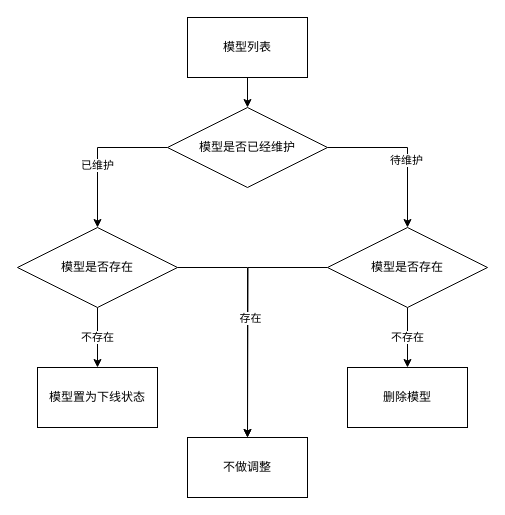
Above: page "清理模型" (10 of 10) of demo01/数据地图.drawio in huang-chh/draw (draw.io), before the change. Source tidied: cells renumbered, new cells numbered last; positions are measured from the earlier drawing's top-left corner, leaving out a move shared by most shapes. Both pictures are drawn from the tidied source at 100%, with x=0, y=0 at pixel (17, 17).
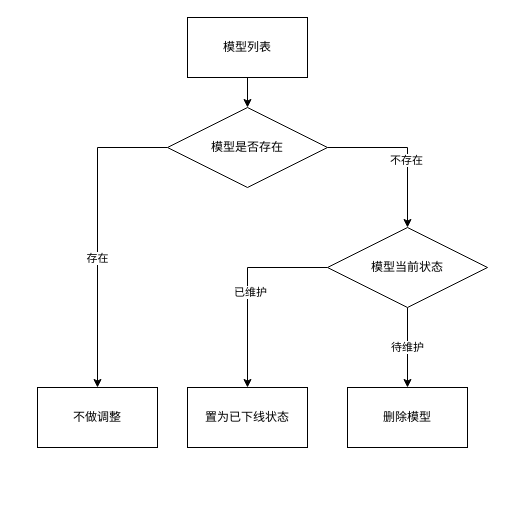
The same diagram, later.

Commit message:
更新数据地图.drawio

The edit, as a diff of the source:
```diff
@@
 <mxGraphModel>
   <root>
     <mxCell id="0" />
     <mxCell id="1" parent="0" />
     <mxCell id="2" style="edgeStyle=orthogonalEdgeStyle;rounded=0;jettySize=auto;html=1;exitX=0.5;exitY=1;exitDx=0;exitDy=0;entryX=0.5;entryY=0;entryDx=0;entryDy=0;" parent="1" edge="1" source="3" target="8">
       <mxGeometry relative="1" as="geometry" />
     </mxCell>
     <mxCell id="3" value="模型列表" style="rounded=0;whiteSpace=wrap;html=1;" parent="1" vertex="1">
       <mxGeometry x="170" width="120" height="60" as="geometry" />
     </mxCell>
-    <mxCell id="4" style="edgeStyle=orthogonalEdgeStyle;rounded=0;jettySize=auto;html=1;exitX=0;exitY=0.5;exitDx=0;exitDy=0;entryX=0.5;entryY=0;entryDx=0;entryDy=0;" parent="1" edge="1" source="8" target="11">
+    <mxCell id="4" style="edgeStyle=orthogonalEdgeStyle;rounded=0;jettySize=auto;html=1;exitX=0;exitY=0.5;exitDx=0;exitDy=0;entryX=0.5;entryY=0;entryDx=0;entryDy=0;" parent="1" edge="1" source="8" target="13">
       <mxGeometry relative="1" as="geometry" />
     </mxCell>
-    <mxCell id="5" value="已维护" style="edgeLabel;html=1;align=center;verticalAlign=middle;" parent="4" vertex="1">
+    <mxCell id="5" value="存在" style="edgeLabel;html=1;align=center;verticalAlign=middle;" parent="4" vertex="1">
       <mxGeometry x="0.16" y="-1" relative="1" as="geometry" />
     </mxCell>
     <mxCell id="6" style="edgeStyle=orthogonalEdgeStyle;rounded=0;jettySize=auto;html=1;exitX=1;exitY=0.5;exitDx=0;exitDy=0;entryX=0.5;entryY=0;entryDx=0;entryDy=0;" parent="1" edge="1" source="8" target="17">
       <mxGeometry relative="1" as="geometry" />
     </mxCell>
-    <mxCell id="7" value="待维护" style="edgeLabel;html=1;align=center;verticalAlign=middle;" parent="6" vertex="1">
+    <mxCell id="7" value="不存在" style="edgeLabel;html=1;align=center;verticalAlign=middle;" parent="6" vertex="1">
       <mxGeometry x="0.15" y="-2" relative="1" as="geometry" />
     </mxCell>
-    <mxCell id="8" value="模型是否已经维护" style="rhombus;whiteSpace=wrap;html=1;" parent="1" vertex="1">
+    <mxCell id="8" value="模型是否存在" style="rhombus;whiteSpace=wrap;html=1;" parent="1" vertex="1">
       <mxGeometry x="150" y="90" width="160" height="80" as="geometry" />
     </mxCell>
-    <mxCell id="9" value="不存在" style="edgeStyle=orthogonalEdgeStyle;rounded=0;jettySize=auto;html=1;" parent="1" edge="1" source="11" target="12">
-      <mxGeometry relative="1" as="geometry" />
-    </mxCell>
-    <mxCell id="10" style="edgeStyle=orthogonalEdgeStyle;rounded=0;jettySize=auto;html=1;exitX=1;exitY=0.5;exitDx=0;exitDy=0;" parent="1" edge="1" source="11" target="13">
-      <mxGeometry relative="1" as="geometry" />
-    </mxCell>
-    <mxCell id="11" value="模型是否存在" style="rhombus;whiteSpace=wrap;html=1;" parent="1" vertex="1">
-      <mxGeometry y="210" width="160" height="80" as="geometry" />
-    </mxCell>
-    <mxCell id="12" value="模型置为下线状态" style="whiteSpace=wrap;html=1;" parent="1" vertex="1">
-      <mxGeometry x="20" y="350" width="120" height="60" as="geometry" />
-    </mxCell>
     <mxCell id="13" value="不做调整" style="whiteSpace=wrap;html=1;" parent="1" vertex="1">
-      <mxGeometry x="170" y="420" width="120" height="60" as="geometry" />
+      <mxGeometry x="20" y="370" width="120" height="60" as="geometry" />
     </mxCell>
-    <mxCell id="14" style="edgeStyle=orthogonalEdgeStyle;rounded=0;jettySize=auto;html=1;exitX=0;exitY=0.5;exitDx=0;exitDy=0;" parent="1" edge="1" source="17">
+    <mxCell id="14" style="edgeStyle=orthogonalEdgeStyle;rounded=0;jettySize=auto;html=1;exitX=0;exitY=0.5;exitDx=0;exitDy=0;entryX=0.5;entryY=0;entryDx=0;entryDy=0;" parent="1" edge="1" source="17" target="19">
       <mxGeometry relative="1" as="geometry">
-        <mxPoint x="230" y="420" as="targetPoint" />
+        <Array as="points">
+          <mxPoint x="230" y="250" />
+          <mxPoint x="230" y="370" />
+        </Array>
       </mxGeometry>
     </mxCell>
-    <mxCell id="15" value="存在" style="edgeLabel;html=1;align=center;verticalAlign=middle;" parent="14" vertex="1">
+    <mxCell id="15" value="已维护" style="edgeLabel;html=1;align=center;verticalAlign=middle;" parent="14" vertex="1">
       <mxGeometry x="0.04" y="2" relative="1" as="geometry" />
     </mxCell>
-    <mxCell id="16" value="不存在" style="edgeStyle=orthogonalEdgeStyle;rounded=0;jettySize=auto;html=1;" parent="1" edge="1" source="17" target="18">
+    <mxCell id="16" value="待维护" style="edgeStyle=orthogonalEdgeStyle;rounded=0;jettySize=auto;html=1;" parent="1" edge="1" source="17" target="18">
       <mxGeometry relative="1" as="geometry" />
     </mxCell>
-    <mxCell id="17" value="模型是否存在" style="rhombus;whiteSpace=wrap;html=1;" parent="1" vertex="1">
+    <mxCell id="17" value="模型当前状态" style="rhombus;whiteSpace=wrap;html=1;" parent="1" vertex="1">
       <mxGeometry x="310" y="210" width="160" height="80" as="geometry" />
     </mxCell>
     <mxCell id="18" value="删除模型" style="whiteSpace=wrap;html=1;" parent="1" vertex="1">
-      <mxGeometry x="330" y="350" width="120" height="60" as="geometry" />
+      <mxGeometry x="330" y="370" width="120" height="60" as="geometry" />
     </mxCell>
+    <mxCell id="19" value="置为已下线状态" style="rounded=0;whiteSpace=wrap;html=1;" parent="1" vertex="1">
+      <mxGeometry x="170" y="370" width="120" height="60" as="geometry" />
+    </mxCell>
   </root>
 </mxGraphModel>
```
